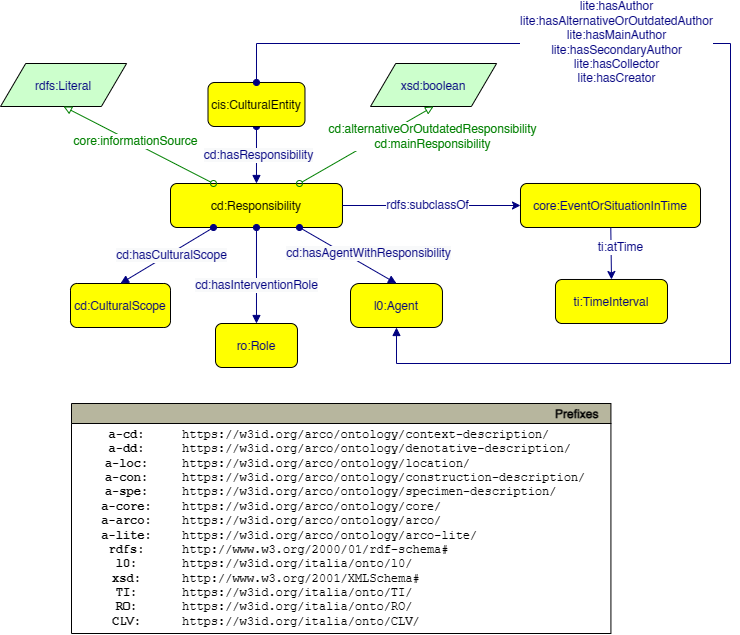
This is ArCo-release/test/2.0/Responsibility/Responsibility-Pattern.drawio.png from ICCD-MiBACT/ArCo, a draw.io export, as it was before one commit. Source tidied: cells renumbered, new cells last; positions are measured from the earlier drawing's top-left corner, leaving out a move shared by most shapes.
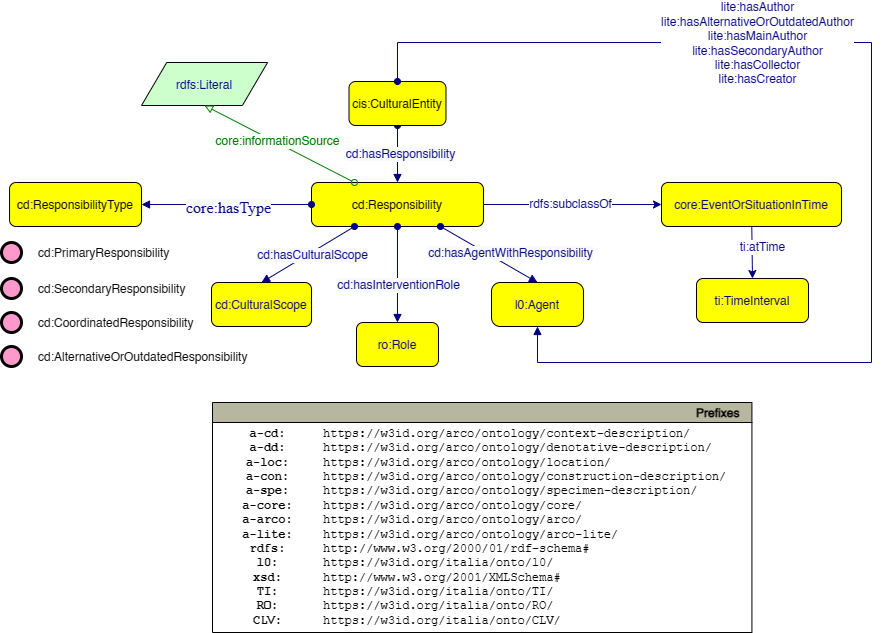
The same diagram one commit later.

What changed in the source:
```diff
@@ -34,9 +34,6 @@
     <mxCell id="11" value="ti:TimeInterval" style="graphMlID=n4;shape=rect;rounded=1;arcsize=30;fillColor=#ffff00;strokeColor=#000000;strokeWidth=1.0;fontFamily=Helvetica;fontSize=12;fontColor=#000080;" parent="1" vertex="1">
       <mxGeometry x="555" y="236" width="112" height="44" as="geometry" />
     </mxCell>
-    <mxCell id="12" value="xsd:boolean" style="graphMlID=n6;shape=parallelogram;fillColor=#ccffcc;strokeColor=#000000;strokeWidth=1.0;fontFamily=Helvetica;fontSize=12;fontColor=#000080;" parent="1" vertex="1">
-      <mxGeometry x="370" y="20" width="126.1" height="43" as="geometry" />
-    </mxCell>
     <mxCell id="13" style="endArrow=classic;html=1;textDirection=ltr;rounded=0;fontFamily=Helvetica;fontSize=12;fontColor=#000080;strokeColor=#000080;entryX=0.5;entryY=0;entryDx=0;entryDy=0;" parent="1" edge="1" source="10" target="11">
       <mxGeometry relative="1" as="geometry" />
     </mxCell>
@@ -61,14 +58,6 @@
         <mxPoint x="20" as="offset" />
       </mxGeometry>
     </mxCell>
-    <mxCell id="19" style="graphMlID=e2;rounded=0;endArrow=block;strokeColor=#008000;strokeWidth=1.0;startArrow=oval;startFill=0;endFill=0;fontFamily=Helvetica;fontSize=12;fontColor=#000080;exitX=0.75;exitY=0;exitDx=0;exitDy=0;entryX=0.5;entryY=1;entryDx=0;entryDy=0;" parent="1" edge="1" source="2" target="12">
-      <mxGeometry relative="1" as="geometry" />
-    </mxCell>
-    <mxCell id="20" value="&lt;font size=&quot;1&quot; color=&quot;#008000&quot;&gt;&lt;span style=&quot;font-size: 12px;&quot;&gt;&lt;span style=&quot;background-color: rgb(255, 255, 255);&quot;&gt;cd:alternativeOrOutdatedResponsibility&lt;br&gt;cd:mainResponsibility&lt;/span&gt;&lt;br&gt;&lt;/span&gt;&lt;/font&gt;" style="text;html=1;align=center;verticalAlign=middle;labelBackgroundColor=#ffffff;fontFamily=Helvetica;fontSize=12;fontColor=#000080;" parent="19" vertex="1">
-      <mxGeometry x="-0.09" y="3" relative="1" as="geometry">
-        <mxPoint x="73" y="-10" as="offset" />
-      </mxGeometry>
-    </mxCell>
     <mxCell id="21" value="rdfs:Literal" style="graphMlID=n6;shape=parallelogram;fillColor=#ccffcc;strokeColor=#000000;strokeWidth=1.0;fontFamily=Helvetica;fontSize=12;fontColor=#000080;" parent="1" vertex="1">
       <mxGeometry y="20" width="126.1" height="43" as="geometry" />
     </mxCell>
@@ -115,5 +104,26 @@
     <mxCell id="31" value="https://w3id.org/arco/ontology/context-description/&lt;br&gt;https://w3id.org/arco/ontology/denotative-description/&lt;br&gt;https://w3id.org/arco/ontology/location/&lt;br&gt;https://w3id.org/arco/ontology/construction-description/&lt;br&gt;https://w3id.org/arco/ontology/specimen-description/&lt;br&gt;https://w3id.org/arco/ontology/core/&lt;br&gt;https://w3id.org/arco/ontology/arco/&lt;br&gt;https://w3id.org/arco/ontology/arco-lite/&lt;br&gt;http://www.w3.org/2000/01/rdf-schema#&lt;br&gt;https://w3id.org/italia/onto/l0/&lt;br&gt;http://www.w3.org/2001/XMLSchema#&lt;br&gt;https://w3id.org/italia/onto/TI/&lt;br&gt;https://w3id.org/italia/onto/RO/&lt;br&gt;https://w3id.org/italia/onto/CLV/" style="text;html=1;align=left;verticalAlign=middle;fontFamily=Courier New;" parent="29" vertex="1">
       <mxGeometry x="109.4" y="20" width="430" height="210" as="geometry" />
     </mxCell>
+    <mxCell id="32" style="graphMlID=e0;rounded=0;endArrow=block;strokeColor=#000080;strokeWidth=1.0;startArrow=oval;startFill=1;endFill=1;exitX=0;exitY=0.5;exitDx=0;exitDy=0;" parent="1" edge="1" source="2" target="34">
+      <mxGeometry relative="1" as="geometry" />
+    </mxCell>
+    <mxCell id="33" value="&lt;span style=&quot;color: rgb(0 , 0 , 128) ; font-family: &amp;quot;dialog&amp;quot; ; font-size: 16px ; background-color: rgb(248 , 249 , 250)&quot;&gt;core:hasType&lt;/span&gt;" style="text;html=1;align=center;verticalAlign=middle;labelBackgroundColor=#ffffff;" parent="32" vertex="1">
+      <mxGeometry x="-0.02" y="2" relative="1" as="geometry" />
+    </mxCell>
+    <mxCell id="34" value="cd:ResponsibilityType" style="graphMlID=n4;shape=rect;rounded=1;arcsize=30;fillColor=#ffff00;strokeColor=#000000;strokeWidth=1.0;" parent="1" vertex="1">
+      <mxGeometry x="-132" y="140" width="132" height="44" as="geometry" />
+    </mxCell>
+    <mxCell id="35" value="cd:PrimaryResponsibility" style="graphMlID=n9;shape=ellipse;fillColor=#ff99cc;strokeColor=#000000;strokeWidth=3.0;verticalAlign=middle;labelPosition=right;verticalLabelPosition=middle;align=left;spacingRight=1;spacing=17;" parent="1" vertex="1">
+      <mxGeometry x="-140" y="200" width="20" height="20" as="geometry" />
+    </mxCell>
+    <mxCell id="36" value="cd:SecondaryResponsibility" style="graphMlID=n9;shape=ellipse;fillColor=#ff99cc;strokeColor=#000000;strokeWidth=3.0;verticalAlign=middle;labelPosition=right;verticalLabelPosition=middle;align=left;spacingRight=1;spacing=17;" parent="1" vertex="1">
+      <mxGeometry x="-140" y="236" width="20" height="20" as="geometry" />
+    </mxCell>
+    <mxCell id="37" value="cd:CoordinatedResponsibility" style="graphMlID=n9;shape=ellipse;fillColor=#ff99cc;strokeColor=#000000;strokeWidth=3.0;verticalAlign=middle;labelPosition=right;verticalLabelPosition=middle;align=left;spacingRight=1;spacing=17;" parent="1" vertex="1">
+      <mxGeometry x="-140" y="270" width="20" height="20" as="geometry" />
+    </mxCell>
+    <mxCell id="38" value="cd:AlternativeOrOutdatedResponsibility" style="graphMlID=n9;shape=ellipse;fillColor=#ff99cc;strokeColor=#000000;strokeWidth=3.0;verticalAlign=middle;labelPosition=right;verticalLabelPosition=middle;align=left;spacingRight=1;spacing=17;" parent="1" vertex="1">
+      <mxGeometry x="-140" y="304" width="20" height="20" as="geometry" />
+    </mxCell>
   </root>
 </mxGraphModel>
```
